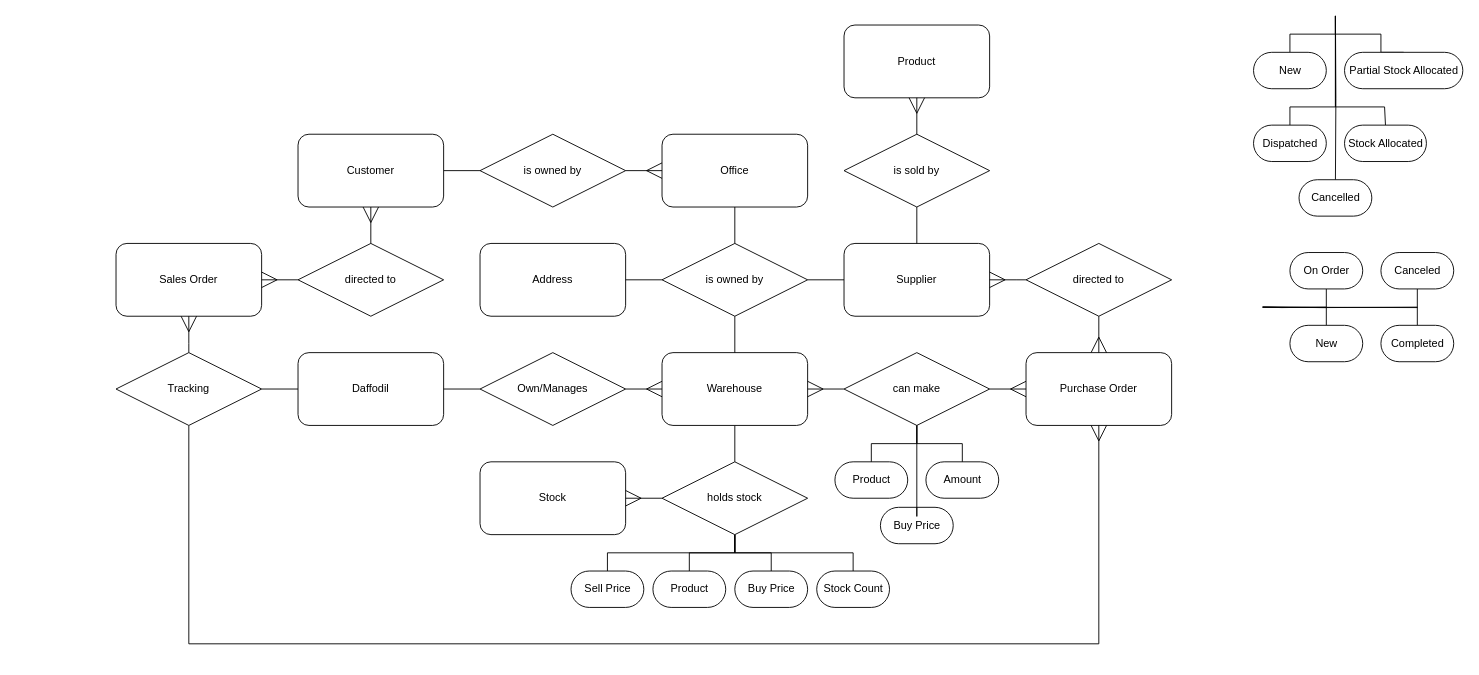
This is conceptual diagram.drawio from BaiOmarFromBathSpa/Databases-Assesment, a draw.io file, before an edit. Source tidied: cells renumbered, new cells numbered last; positions are measured from the earlier drawing's top-left corner, leaving out a move shared by most shapes. Both pictures are drawn from the tidied source at 91%, with x=0, y=0 at pixel (116, 15).
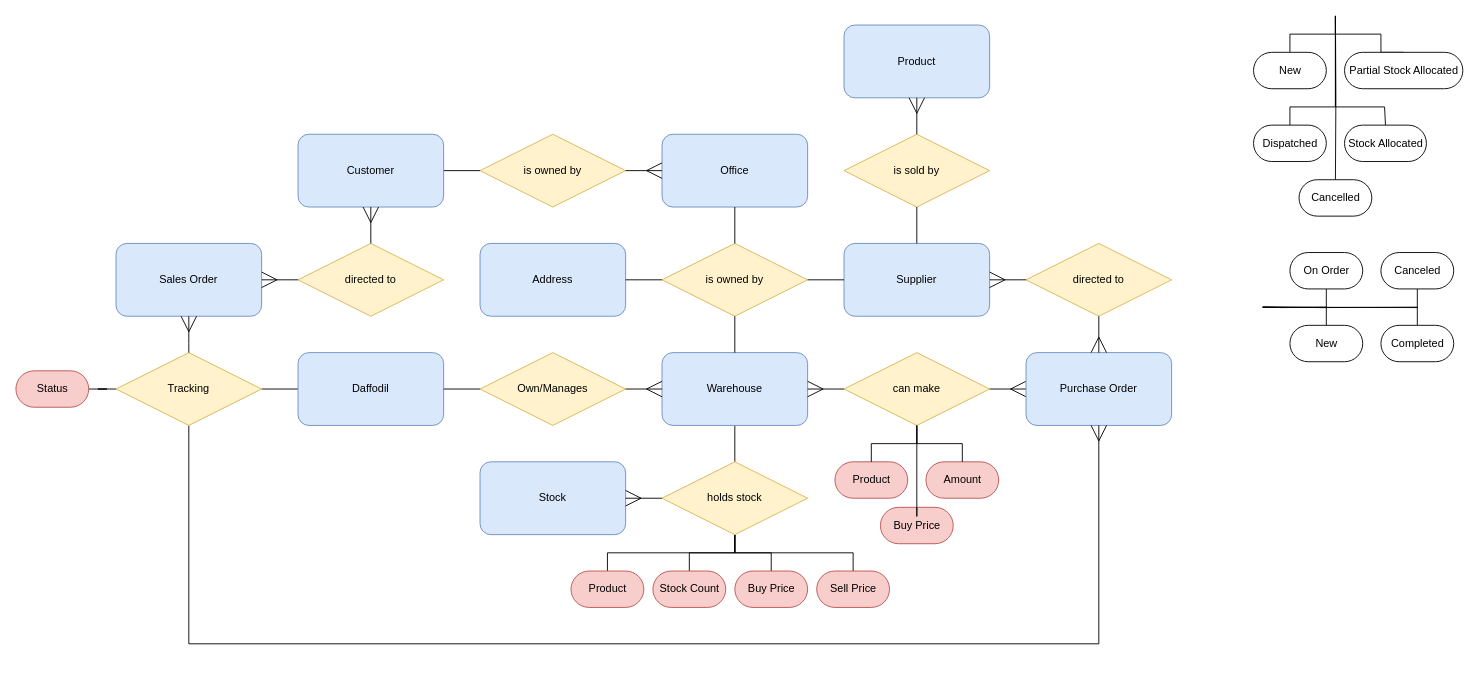
After the change.

Commit message (it also covers changes not shown here):
need to restart from the top possibly

Diff of the diagram source:
```diff
@@
-    <mxCell id="2" value="Product" style="html=1;dashed=0;whitespace=wrap;shape=mxgraph.dfd.start;strokeWidth=1;" parent="1" vertex="1">
+    <mxCell id="2" value="Product" style="html=1;dashed=0;whitespace=wrap;shape=mxgraph.dfd.start;strokeWidth=1;fillColor=#f8cecc;strokeColor=#b85450;" parent="1" vertex="1">
       <mxGeometry x="790" y="490" width="80" height="40" as="geometry" />
     </mxCell>
@@
-    <mxCell id="4" value="Customer" style="rounded=1;whiteSpace=wrap;html=1;" parent="1" vertex="1">
+    <mxCell id="4" value="Customer" style="rounded=1;whiteSpace=wrap;html=1;fillColor=#dae8fc;strokeColor=#6c8ebf;" parent="1" vertex="1">
       <mxGeometry x="200" y="130" width="160" height="80" as="geometry" />
     </mxCell>
-    <mxCell id="5" value="is owned by" style="rhombus;whiteSpace=wrap;html=1;" parent="1" vertex="1">
+    <mxCell id="5" value="is owned by" style="rhombus;whiteSpace=wrap;html=1;fillColor=#fff2cc;strokeColor=#d6b656;" parent="1" vertex="1">
       <mxGeometry x="400" y="130" width="160" height="80" as="geometry" />
     </mxCell>
-    <mxCell id="6" value="Office" style="rounded=1;whiteSpace=wrap;html=1;" parent="1" vertex="1">
+    <mxCell id="6" value="Office" style="rounded=1;whiteSpace=wrap;html=1;fillColor=#dae8fc;strokeColor=#6c8ebf;" parent="1" vertex="1">
       <mxGeometry x="600" y="130" width="160" height="80" as="geometry" />
     </mxCell>
-    <mxCell id="7" value="Address" style="rounded=1;whiteSpace=wrap;html=1;" parent="1" vertex="1">
+    <mxCell id="7" value="Address" style="rounded=1;whiteSpace=wrap;html=1;fillColor=#dae8fc;strokeColor=#6c8ebf;" parent="1" vertex="1">
       <mxGeometry x="400" y="250" width="160" height="80" as="geometry" />
     </mxCell>
@@
-    <mxCell id="9" value="Supplier" style="rounded=1;whiteSpace=wrap;html=1;" parent="1" vertex="1">
+    <mxCell id="9" value="Supplier" style="rounded=1;whiteSpace=wrap;html=1;fillColor=#dae8fc;strokeColor=#6c8ebf;" parent="1" vertex="1">
       <mxGeometry x="800" y="250" width="160" height="80" as="geometry" />
     </mxCell>
-    <mxCell id="10" value="is sold by" style="rhombus;whiteSpace=wrap;html=1;" parent="1" vertex="1">
+    <mxCell id="10" value="is sold by" style="rhombus;whiteSpace=wrap;html=1;fillColor=#fff2cc;strokeColor=#d6b656;" parent="1" vertex="1">
       <mxGeometry x="800" y="130" width="160" height="80" as="geometry" />
     </mxCell>
-    <mxCell id="11" value="Product" style="rounded=1;whiteSpace=wrap;html=1;" parent="1" vertex="1">
+    <mxCell id="11" value="Product" style="rounded=1;whiteSpace=wrap;html=1;fillColor=#dae8fc;strokeColor=#6c8ebf;" parent="1" vertex="1">
       <mxGeometry x="800" y="10" width="160" height="80" as="geometry" />
     </mxCell>
@@
-    <mxCell id="14" value="is owned by" style="rhombus;whiteSpace=wrap;html=1;" parent="1" vertex="1">
+    <mxCell id="14" value="is owned by" style="rhombus;whiteSpace=wrap;html=1;fillColor=#fff2cc;strokeColor=#d6b656;" parent="1" vertex="1">
       <mxGeometry x="600" y="250" width="160" height="80" as="geometry" />
     </mxCell>
@@
-    <mxCell id="19" value="Warehouse" style="rounded=1;whiteSpace=wrap;html=1;" parent="1" vertex="1">
+    <mxCell id="19" value="Warehouse" style="rounded=1;whiteSpace=wrap;html=1;fillColor=#dae8fc;strokeColor=#6c8ebf;" parent="1" vertex="1">
       <mxGeometry x="600" y="370" width="160" height="80" as="geometry" />
     </mxCell>
@@
-    <mxCell id="21" value="Daffodil" style="rounded=1;whiteSpace=wrap;html=1;" parent="1" vertex="1">
+    <mxCell id="21" value="Daffodil" style="rounded=1;whiteSpace=wrap;html=1;fillColor=#dae8fc;strokeColor=#6c8ebf;" parent="1" vertex="1">
       <mxGeometry x="200" y="370" width="160" height="80" as="geometry" />
     </mxCell>
-    <mxCell id="22" value="Own/Manages" style="rhombus;whiteSpace=wrap;html=1;" parent="1" vertex="1">
+    <mxCell id="22" value="Own/Manages" style="rhombus;whiteSpace=wrap;html=1;fillColor=#fff2cc;strokeColor=#d6b656;" parent="1" vertex="1">
       <mxGeometry x="400" y="370" width="160" height="80" as="geometry" />
     </mxCell>
@@
-    <mxCell id="27" value="can make" style="rhombus;whiteSpace=wrap;html=1;" parent="1" vertex="1">
+    <mxCell id="27" value="can make" style="rhombus;whiteSpace=wrap;html=1;fillColor=#fff2cc;strokeColor=#d6b656;" parent="1" vertex="1">
       <mxGeometry x="800" y="370" width="160" height="80" as="geometry" />
     </mxCell>
@@
-    <mxCell id="29" value="Amount" style="html=1;dashed=0;whitespace=wrap;shape=mxgraph.dfd.start;strokeWidth=1;" parent="1" vertex="1">
+    <mxCell id="29" value="Amount" style="html=1;dashed=0;whitespace=wrap;shape=mxgraph.dfd.start;strokeWidth=1;fillColor=#f8cecc;strokeColor=#b85450;" parent="1" vertex="1">
       <mxGeometry x="890" y="490" width="80" height="40" as="geometry" />
     </mxCell>
-    <mxCell id="30" value="Buy Price" style="html=1;dashed=0;whitespace=wrap;shape=mxgraph.dfd.start;strokeWidth=1;" parent="1" vertex="1">
+    <mxCell id="30" value="Buy Price" style="html=1;dashed=0;whitespace=wrap;shape=mxgraph.dfd.start;strokeWidth=1;fillColor=#f8cecc;strokeColor=#b85450;" parent="1" vertex="1">
       <mxGeometry x="840" y="540" width="80" height="40" as="geometry" />
     </mxCell>
@@
-    <mxCell id="35" style="edgeStyle=orthogonalEdgeStyle;rounded=0;jettySize=auto;html=1;entryX=0.5;entryY=0.5;entryDx=0;entryDy=-20;entryPerimeter=0;endArrow=none;endFill=0;" parent="1" edge="1" source="38" target="41">
+    <mxCell id="35" style="edgeStyle=orthogonalEdgeStyle;rounded=0;jettySize=auto;html=1;entryX=0.5;entryY=0.5;entryDx=0;entryDy=-20;entryPerimeter=0;endArrow=none;endFill=0;exitX=0.5;exitY=1;exitDx=0;exitDy=0;" parent="1" edge="1" source="38" target="41">
       <mxGeometry relative="1" as="geometry" />
     </mxCell>
     <mxCell id="36" style="edgeStyle=orthogonalEdgeStyle;rounded=0;jettySize=auto;html=1;entryX=0.5;entryY=0.5;entryDx=0;entryDy=-20;entryPerimeter=0;endArrow=none;endFill=0;" parent="1" edge="1" source="38" target="43">
       <mxGeometry relative="1" as="geometry">
         <Array as="points">
           <mxPoint x="680" y="590" />
-          <mxPoint x="540" y="590" />
+          <mxPoint x="810" y="590" />
         </Array>
       </mxGeometry>
     </mxCell>
@@
-    <mxCell id="38" value="holds stock" style="rhombus;whiteSpace=wrap;html=1;" parent="1" vertex="1">
+    <mxCell id="38" value="holds stock" style="rhombus;whiteSpace=wrap;html=1;fillColor=#fff2cc;strokeColor=#d6b656;" parent="1" vertex="1">
       <mxGeometry x="600" y="490" width="160" height="80" as="geometry" />
     </mxCell>
-    <mxCell id="39" value="Stock" style="rounded=1;whiteSpace=wrap;html=1;" parent="1" vertex="1">
+    <mxCell id="39" value="Stock" style="rounded=1;whiteSpace=wrap;html=1;fillColor=#dae8fc;strokeColor=#6c8ebf;" parent="1" vertex="1">
       <mxGeometry x="400" y="490" width="160" height="80" as="geometry" />
     </mxCell>
@@
-    <mxCell id="41" value="Product" style="html=1;dashed=0;whitespace=wrap;shape=mxgraph.dfd.start;strokeWidth=1;" parent="1" vertex="1">
-      <mxGeometry x="590" y="610" width="80" height="40" as="geometry" />
+    <mxCell id="41" value="Product" style="html=1;dashed=0;whitespace=wrap;shape=mxgraph.dfd.start;strokeWidth=1;fillColor=#f8cecc;strokeColor=#b85450;" parent="1" vertex="1">
+      <mxGeometry x="500" y="610" width="80" height="40" as="geometry" />
     </mxCell>
-    <mxCell id="42" value="Stock Count" style="html=1;dashed=0;whitespace=wrap;shape=mxgraph.dfd.start;strokeWidth=1;" parent="1" vertex="1">
-      <mxGeometry x="770" y="610" width="80" height="40" as="geometry" />
+    <mxCell id="42" value="Stock Count" style="html=1;dashed=0;whitespace=wrap;shape=mxgraph.dfd.start;strokeWidth=1;fillColor=#f8cecc;strokeColor=#b85450;" parent="1" vertex="1">
+      <mxGeometry x="590" y="610" width="80" height="40" as="geometry" />
     </mxCell>
-    <mxCell id="43" value="Sell Price" style="html=1;dashed=0;whitespace=wrap;shape=mxgraph.dfd.start;strokeWidth=1;" parent="1" vertex="1">
-      <mxGeometry x="500" y="610" width="80" height="40" as="geometry" />
+    <mxCell id="43" value="Sell Price" style="html=1;dashed=0;whitespace=wrap;shape=mxgraph.dfd.start;strokeWidth=1;fillColor=#f8cecc;strokeColor=#b85450;" parent="1" vertex="1">
+      <mxGeometry x="770" y="610" width="80" height="40" as="geometry" />
     </mxCell>
-    <mxCell id="44" value="Buy Price" style="html=1;dashed=0;whitespace=wrap;shape=mxgraph.dfd.start;strokeWidth=1;" parent="1" vertex="1">
+    <mxCell id="44" value="Buy Price" style="html=1;dashed=0;whitespace=wrap;shape=mxgraph.dfd.start;strokeWidth=1;fillColor=#f8cecc;strokeColor=#b85450;" parent="1" vertex="1">
       <mxGeometry x="680" y="610" width="80" height="40" as="geometry" />
     </mxCell>
-    <mxCell id="45" value="Purchase Order" style="rounded=1;whiteSpace=wrap;html=1;" parent="1" vertex="1">
+    <mxCell id="45" value="Purchase Order" style="rounded=1;whiteSpace=wrap;html=1;fillColor=#dae8fc;strokeColor=#6c8ebf;" parent="1" vertex="1">
       <mxGeometry x="1000" y="370" width="160" height="80" as="geometry" />
     </mxCell>
-    <mxCell id="46" value="directed to" style="rhombus;whiteSpace=wrap;html=1;" parent="1" vertex="1">
+    <mxCell id="46" value="directed to" style="rhombus;whiteSpace=wrap;html=1;fillColor=#fff2cc;strokeColor=#d6b656;" parent="1" vertex="1">
       <mxGeometry x="1000" y="250" width="160" height="80" as="geometry" />
     </mxCell>
@@
-    <mxCell id="58" value="Sales Order" style="rounded=1;whiteSpace=wrap;html=1;" parent="1" vertex="1">
+    <mxCell id="58" value="Sales Order" style="rounded=1;whiteSpace=wrap;html=1;fillColor=#dae8fc;strokeColor=#6c8ebf;" parent="1" vertex="1">
       <mxGeometry y="250" width="160" height="80" as="geometry" />
     </mxCell>
@@
+    <mxCell id="74" style="edgeStyle=orthogonalEdgeStyle;rounded=0;jettySize=auto;html=1;exitX=0;exitY=0.5;exitDx=0;exitDy=0;endArrow=none;endFill=0;" parent="1" edge="1" source="60" target="75">
+      <mxGeometry relative="1" as="geometry" />
+    </mxCell>
-    <mxCell id="60" value="Tracking" style="rhombus;whiteSpace=wrap;html=1;" parent="1" vertex="1">
+    <mxCell id="60" value="Tracking" style="rhombus;whiteSpace=wrap;html=1;fillColor=#fff2cc;strokeColor=#d6b656;" parent="1" vertex="1">
       <mxGeometry y="370" width="160" height="80" as="geometry" />
     </mxCell>
@@
-    <mxCell id="71" value="directed to" style="rhombus;whiteSpace=wrap;html=1;" parent="1" vertex="1">
+    <mxCell id="71" value="directed to" style="rhombus;whiteSpace=wrap;html=1;fillColor=#fff2cc;strokeColor=#d6b656;" parent="1" vertex="1">
       <mxGeometry x="200" y="250" width="160" height="80" as="geometry" />
     </mxCell>
@@
+    <mxCell id="75" value="Status" style="html=1;dashed=0;whitespace=wrap;shape=mxgraph.dfd.start;strokeWidth=1;fillColor=#f8cecc;strokeColor=#b85450;" parent="1" vertex="1">
+      <mxGeometry x="-110" y="390" width="80" height="40" as="geometry" />
+    </mxCell>
```
